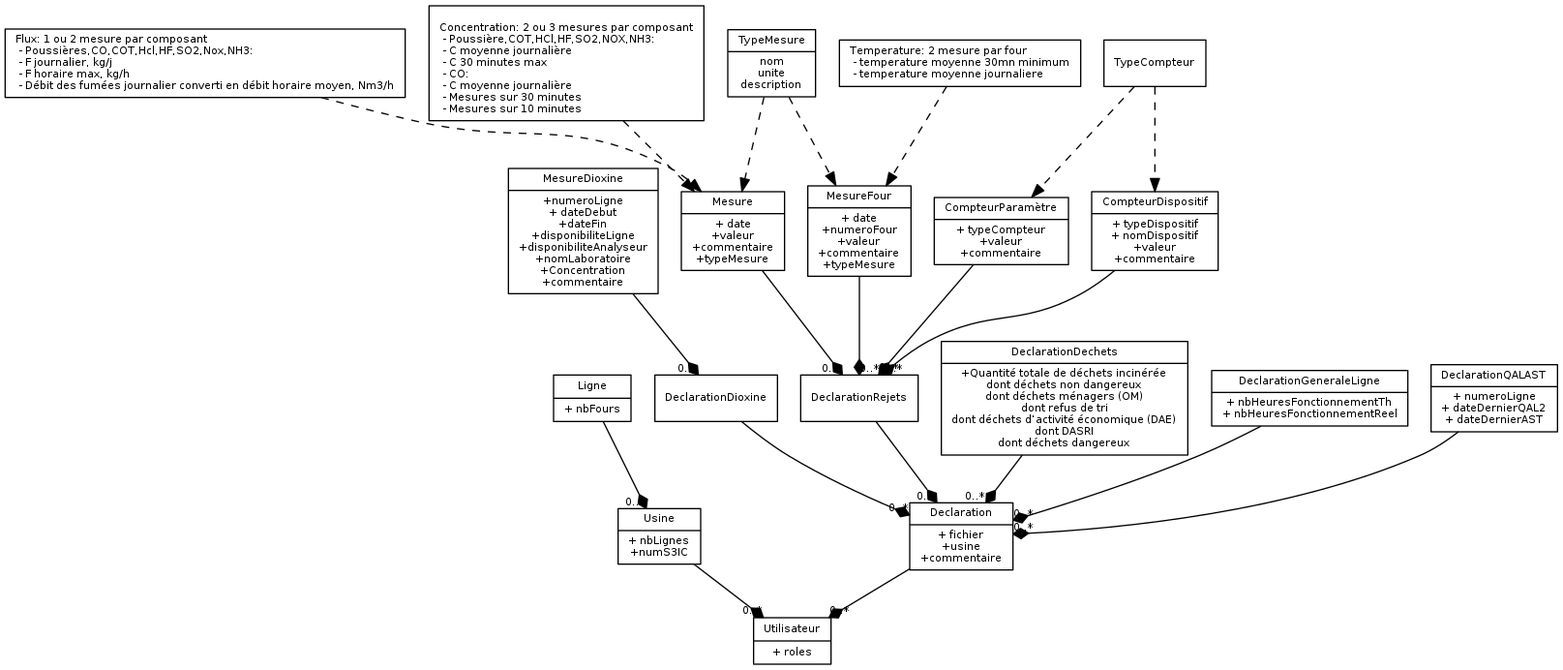
Before: documentation/domain.png, a diagram exported from Graphviz (MTES-MCT/aeris). Its source is kept beside it as documentation/domain.dot.
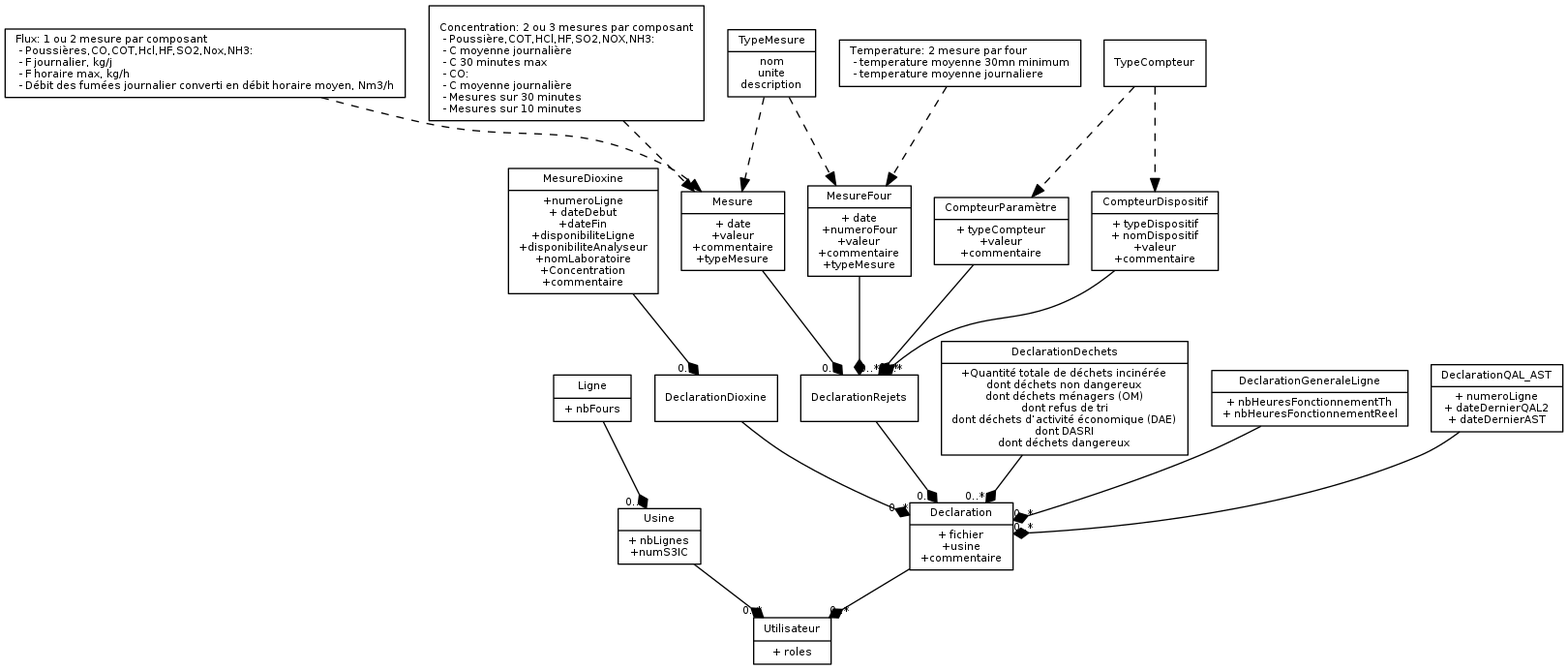
Later version of the same file.

The edit, as a diff of the source:
```diff
@@ -28,7 +28,7 @@
         DeclarationDechets [label = "{DeclarationDechets|+Quantité totale de déchets incinérée\ndont déchets non dangereux\ndont déchets ménagers (OM)\ndont refus de tri\ndont déchets d’activité économique (DAE)\ndont DASRI\ndont déchets dangereux
 }"]
         DeclarationGeneraleLigne [label = "{DeclarationGeneraleLigne|+ nbHeuresFonctionnementTh\n+ nbHeuresFonctionnementReel}"]
-        DeclarationQALAST [label = "{DeclarationQALAST|+ numeroLigne\n+ dateDernierQAL2\n+ dateDernierAST}"]
+        DeclarationQAL_AST [label = "{DeclarationQAL_AST|+ numeroLigne\n+ dateDernierQAL2\n+ dateDernierAST}"]
 
         TypeMesure [label = "{TypeMesure|nom\nunite\ndescription}"]
         Mesure [label = "{Mesure|+ date\n+valeur\n+commentaire\n+typeMesure}"]
@@ -87,7 +87,7 @@
 
         DeclarationGeneraleLigne -> Declaration
         DeclarationDechets -> Declaration
-        DeclarationQALAST -> Declaration
+        DeclarationQAL_AST -> Declaration
 
         MesureDioxine -> DeclarationDioxine -> Declaration
 
```
